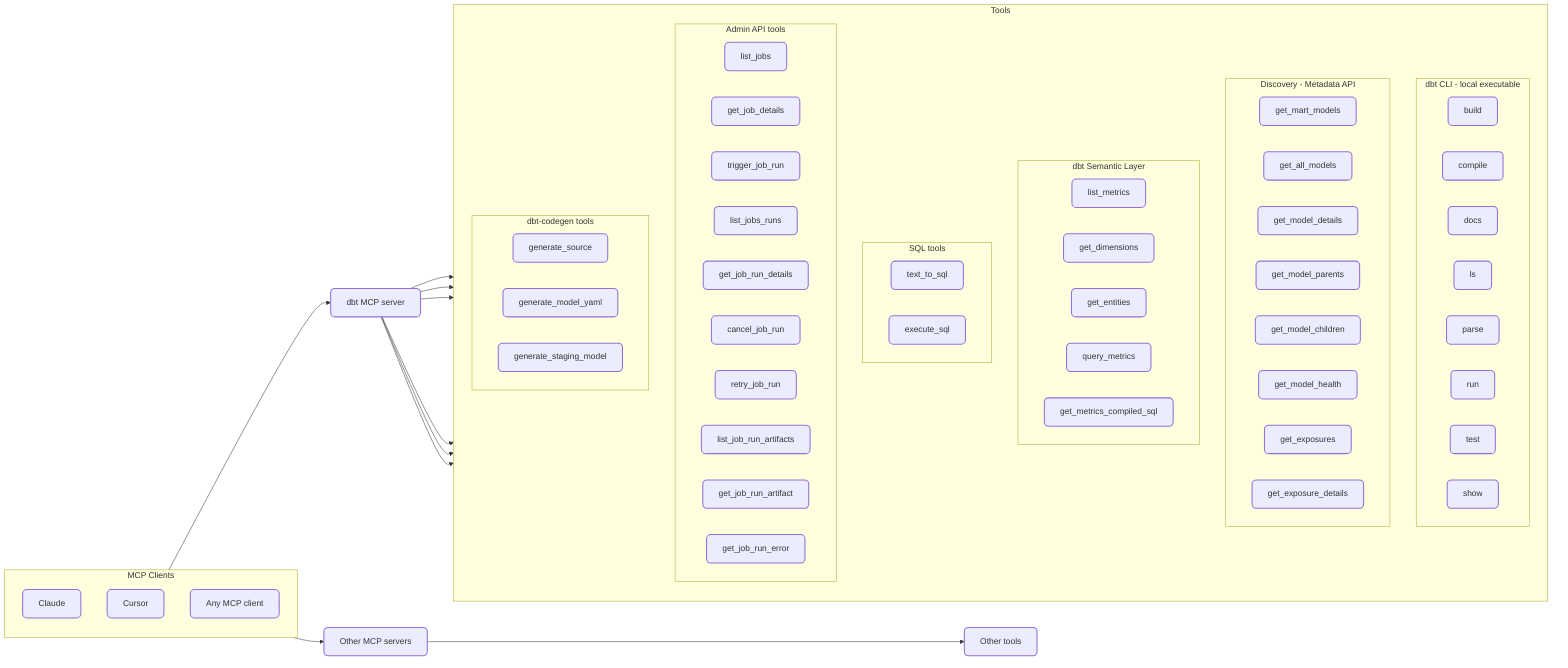
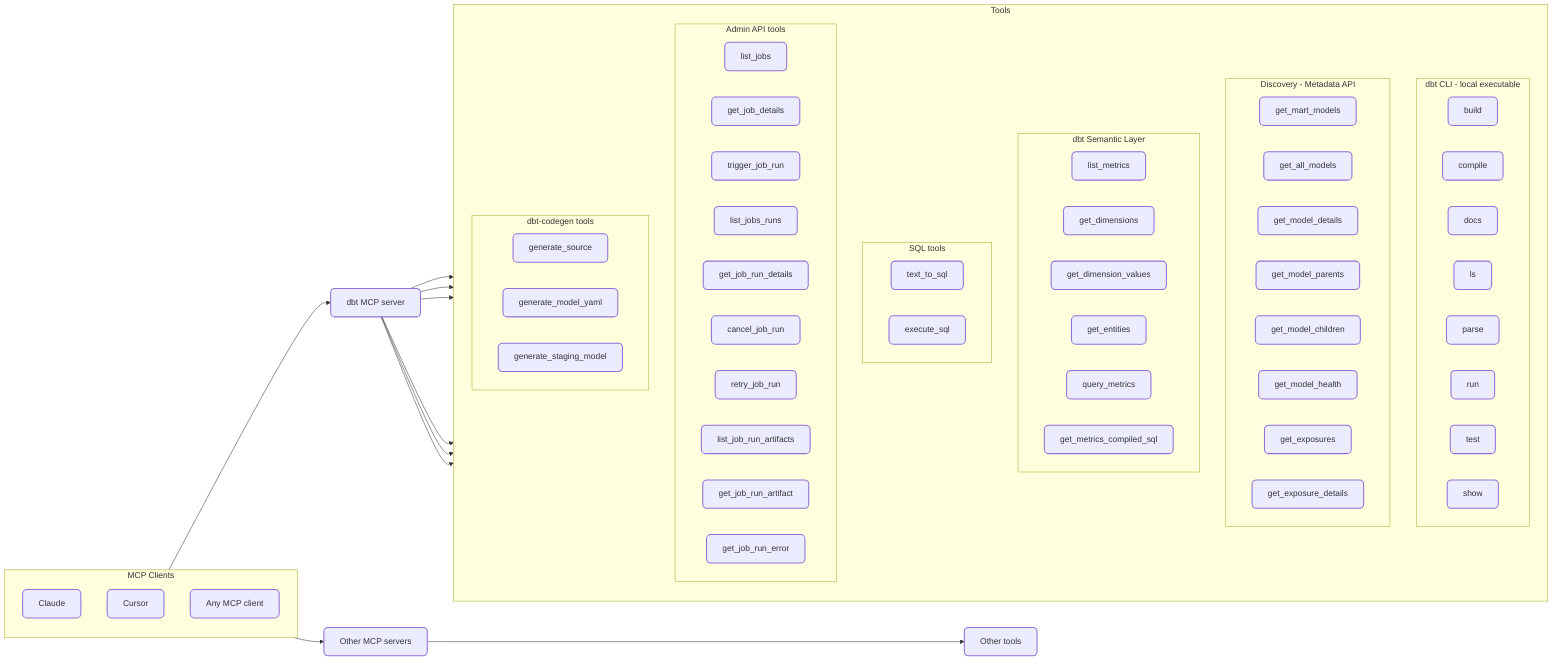
graph LR
    %% Styling
    classDef default stroke-width:2px,rx:8

    mcp[dbt MCP server]

    %% Tools subgraph
    subgraph tools[Tools]
        direction TB

        subgraph cli[dbt CLI - local executable]
            cli_build[build]
            cli_compile[compile]
            cli_docs[docs]
            cli_ls[ls]
            cli_parse[parse]
            cli_run[run]
            cli_test[test]
            cli_show[show]
        end

        subgraph discovery[Discovery - Metadata API]
            disc_mart[get_mart_models]
            disc_all[get_all_models]
            disc_details[get_model_details]
            disc_parents[get_model_parents]
            disc_children[get_model_children]
            disc_health[get_model_health]
            disc_exp[get_exposures]
            disc_exp_det[get_exposure_details]
        end

        subgraph sl[dbt Semantic Layer]
            sl_metrics[list_metrics]
            sl_dims[get_dimensions]
+             sl_dim_vals[get_dimension_values]
            sl_ent[get_entities]
            sl_query[query_metrics]
            sl_sql[get_metrics_compiled_sql]
        end

        subgraph sql[SQL tools]
            sql_text[text_to_sql]
            sql_exec[execute_sql]
        end

        subgraph admin[Admin API tools]
            admin_list[list_jobs]
            admin_details[get_job_details]
            admin_trigger[trigger_job_run]
            admin_runs[list_jobs_runs]
            admin_run_det[get_job_run_details]
            admin_cancel[cancel_job_run]
            admin_retry[retry_job_run]
            admin_artifacts[list_job_run_artifacts]
            admin_artifact[get_job_run_artifact]
            admin_error[get_job_run_error]
        end

        subgraph codegen[dbt-codegen tools]
            code_source[generate_source]
            code_yaml[generate_model_yaml]
            code_staging[generate_staging_model]
        end
    end

    %% MCP Clients
    subgraph clients[MCP Clients]
        direction TB
        client_claude[Claude]
        client_cursor[Cursor]
        client_any[Any MCP client]
    end

    %% Other components
    other_mcp[Other MCP servers]
    other_tools[Other tools]

    %% Connections
    mcp --> cli
    mcp --> discovery
    mcp --> sl
    mcp --> sql
    mcp --> admin
    mcp --> codegen

    clients --> mcp
    clients --> other_mcp
    other_mcp --> other_tools
